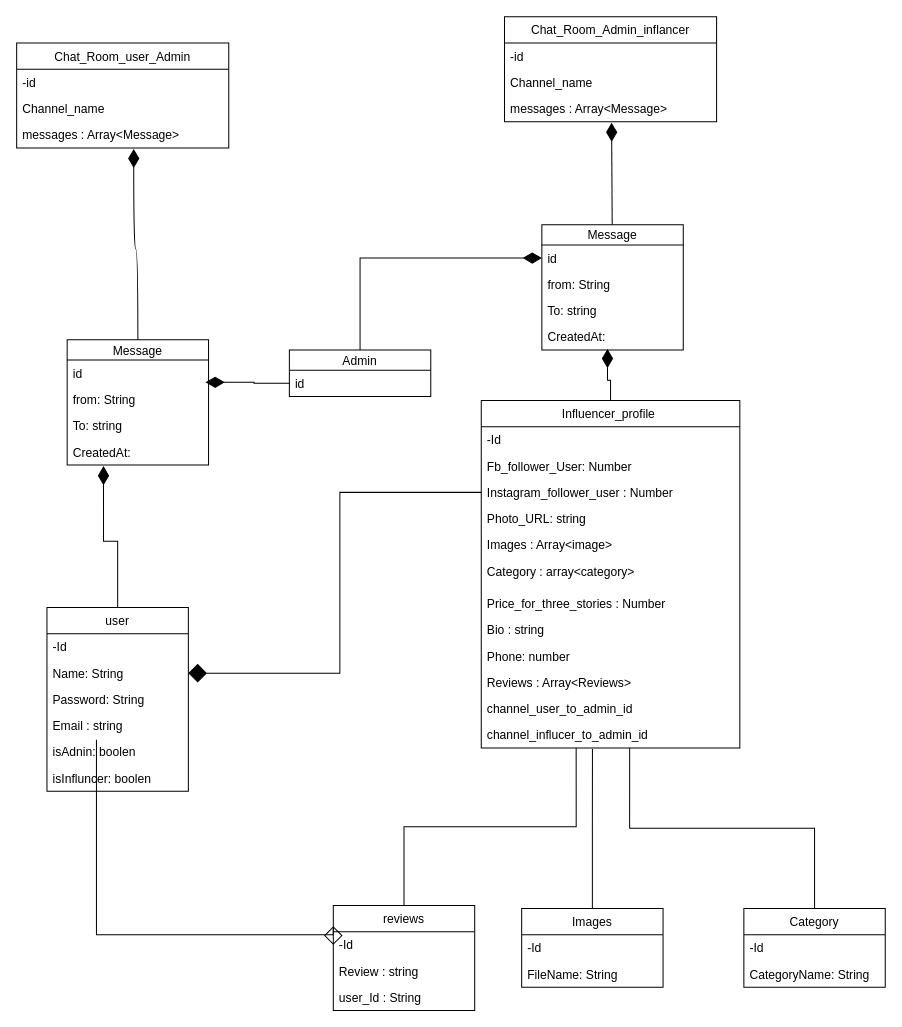
Earlier version of the draw.io diagram page "Page-1" (1 of 2) of Untitled Diagram.drawio (MohamedAhmed122/20-Validation-form). Source tidied: cells renumbered, new cells numbered last; positions are measured from the earlier drawing's top-left corner, leaving out a move shared by most shapes. Both pictures are drawn from the tidied source at 101%, with x=0, y=0 at pixel (16, 16).
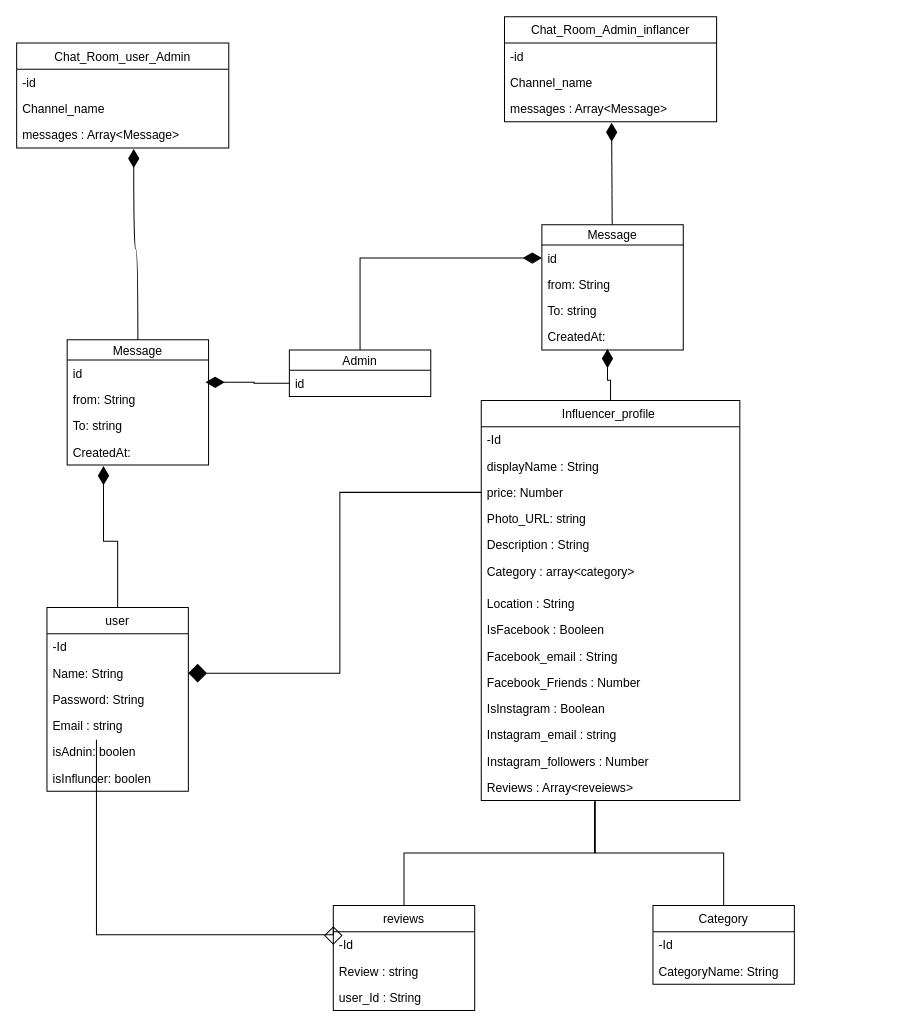
The same diagram, later.

The change refers to these unchanged cells:
```xml
<mxCell id="34" value="reviews" style="swimlane;fontStyle=0;horizontal=1;startSize=26;fillColor=none;" parent="1" vertex="1">
  <mxGeometry x="313.5" y="880" width="140" height="104" as="geometry" />
</mxCell>
```

Diff of the diagram source:
```diff
@@
     <mxCell id="11" value="Influencer_profile " style="swimlane;fontStyle=0;horizontal=1;startSize=26;fillColor=none;" parent="1" vertex="1">
-      <mxGeometry x="460" y="380" width="256" height="344" as="geometry" />
+      <mxGeometry x="460" y="380" width="256" height="396" as="geometry" />
     </mxCell>
@@
-    <mxCell id="13" value="Fb_follower_User: Number" style="text;strokeColor=none;fillColor=none;align=left;verticalAlign=top;spacingLeft=4;spacingRight=4;overflow=hidden;" parent="11" vertex="1">
+    <mxCell id="13" value="displayName : String" style="text;strokeColor=none;fillColor=none;align=left;verticalAlign=top;spacingLeft=4;spacingRight=4;overflow=hidden;" parent="11" vertex="1">
       <mxGeometry y="52" width="256" height="26" as="geometry" />
     </mxCell>
-    <mxCell id="14" value="Instagram_follower_user : Number" style="text;strokeColor=none;fillColor=none;align=left;verticalAlign=top;spacingLeft=4;spacingRight=4;overflow=hidden;points=[[0,0.5],[1,0.5]];portConstraint=eastwest;" parent="11" vertex="1">
+    <mxCell id="14" value="price: Number" style="text;strokeColor=none;fillColor=none;align=left;verticalAlign=top;spacingLeft=4;spacingRight=4;overflow=hidden;points=[[0,0.5],[1,0.5]];portConstraint=eastwest;" parent="11" vertex="1">
       <mxGeometry y="78" width="256" height="26" as="geometry" />
     </mxCell>
@@
-    <mxCell id="16" value="Images : Array&lt;image&gt;" style="text;strokeColor=none;fillColor=none;align=left;verticalAlign=top;spacingLeft=4;spacingRight=4;overflow=hidden;" parent="11" vertex="1">
+    <mxCell id="16" value="Description : String" style="text;strokeColor=none;fillColor=none;align=left;verticalAlign=top;spacingLeft=4;spacingRight=4;overflow=hidden;" parent="11" vertex="1">
       <mxGeometry y="130" width="256" height="26" as="geometry" />
     </mxCell>
@@
-    <mxCell id="18" value="Price_for_three_stories : Number" style="text;strokeColor=none;fillColor=none;align=left;verticalAlign=top;spacingLeft=4;spacingRight=4;overflow=hidden;" parent="11" vertex="1">
+    <mxCell id="18" value="Location : String" style="text;strokeColor=none;fillColor=none;align=left;verticalAlign=top;spacingLeft=4;spacingRight=4;overflow=hidden;" parent="11" vertex="1">
       <mxGeometry y="188" width="256" height="26" as="geometry" />
     </mxCell>
-    <mxCell id="19" value="Bio : string" style="text;strokeColor=none;fillColor=none;align=left;verticalAlign=top;spacingLeft=4;spacingRight=4;overflow=hidden;" parent="11" vertex="1">
+    <mxCell id="19" value="IsFacebook : Booleen " style="text;strokeColor=none;fillColor=none;align=left;verticalAlign=top;spacingLeft=4;spacingRight=4;overflow=hidden;" parent="11" vertex="1">
       <mxGeometry y="214" width="256" height="26" as="geometry" />
     </mxCell>
-    <mxCell id="20" value="Phone: number" style="text;strokeColor=none;fillColor=none;align=left;verticalAlign=top;spacingLeft=4;spacingRight=4;overflow=hidden;" parent="11" vertex="1">
+    <mxCell id="20" value="Facebook_email : String" style="text;strokeColor=none;fillColor=none;align=left;verticalAlign=top;spacingLeft=4;spacingRight=4;overflow=hidden;" parent="11" vertex="1">
       <mxGeometry y="240" width="256" height="26" as="geometry" />
     </mxCell>
-    <mxCell id="21" value="Reviews : Array&lt;Reviews&gt;" style="text;strokeColor=none;fillColor=none;align=left;verticalAlign=top;spacingLeft=4;spacingRight=4;overflow=hidden;" parent="11" vertex="1">
+    <mxCell id="21" value="Facebook_Friends : Number" style="text;strokeColor=none;fillColor=none;align=left;verticalAlign=top;spacingLeft=4;spacingRight=4;overflow=hidden;" parent="11" vertex="1">
       <mxGeometry y="266" width="256" height="26" as="geometry" />
     </mxCell>
-    <mxCell id="22" value="channel_user_to_admin_id" style="text;strokeColor=none;fillColor=none;align=left;verticalAlign=top;spacingLeft=4;spacingRight=4;overflow=hidden;" parent="11" vertex="1">
+    <mxCell id="22" value="IsInstagram : Boolean" style="text;strokeColor=none;fillColor=none;align=left;verticalAlign=top;spacingLeft=4;spacingRight=4;overflow=hidden;" parent="11" vertex="1">
       <mxGeometry y="292" width="256" height="26" as="geometry" />
     </mxCell>
-    <mxCell id="23" value="channel_influcer_to_admin_id" style="text;strokeColor=none;fillColor=none;align=left;verticalAlign=top;spacingLeft=4;spacingRight=4;overflow=hidden;points=[[0,0.5],[1,0.5]];portConstraint=eastwest;" parent="11" vertex="1">
+    <mxCell id="23" value="Instagram_email : string&#10;" style="text;strokeColor=none;fillColor=none;align=left;verticalAlign=top;spacingLeft=4;spacingRight=4;overflow=hidden;points=[[0,0.5],[1,0.5]];portConstraint=eastwest;" parent="11" vertex="1">
       <mxGeometry y="318" width="256" height="26" as="geometry" />
     </mxCell>
-    <mxCell id="24" style="edgeStyle=orthogonalEdgeStyle;rounded=0;jettySize=auto;html=1;entryX=0.43;entryY=1.038;entryDx=0;entryDy=0;entryPerimeter=0;endArrow=none;endFill=0;" parent="1" edge="1" source="25" target="23">
-      <mxGeometry relative="1" as="geometry" />
-    </mxCell>
-    <mxCell id="25" value="Images" style="swimlane;fontStyle=0;horizontal=1;startSize=26;fillColor=none;" parent="1" vertex="1">
-      <mxGeometry x="500" y="883" width="140" height="78" as="geometry" />
-    </mxCell>
-    <mxCell id="26" value="-Id" style="text;strokeColor=none;fillColor=none;align=left;verticalAlign=top;spacingLeft=4;spacingRight=4;overflow=hidden;" parent="25" vertex="1">
-      <mxGeometry y="26" width="140" height="26" as="geometry" />
-    </mxCell>
-    <mxCell id="27" value="FileName: String" style="text;strokeColor=none;fillColor=none;align=left;verticalAlign=top;spacingLeft=4;spacingRight=4;overflow=hidden;" parent="25" vertex="1">
-      <mxGeometry y="52" width="140" height="26" as="geometry" />
-    </mxCell>
-    <mxCell id="28" style="edgeStyle=orthogonalEdgeStyle;rounded=0;jettySize=auto;html=1;entryX=0.574;entryY=1;entryDx=0;entryDy=0;entryPerimeter=0;endArrow=none;endFill=0;" parent="1" edge="1" source="29" target="23">
-      <mxGeometry relative="1" as="geometry" />
-    </mxCell>
+    <mxCell id="63" value="Instagram_followers : Number" style="text;strokeColor=none;fillColor=none;align=left;verticalAlign=top;spacingLeft=4;spacingRight=4;overflow=hidden;" parent="11" vertex="1">
+      <mxGeometry y="344" width="256" height="26" as="geometry" />
+    </mxCell>
+    <mxCell id="64" value="Reviews : Array&lt;reveiews&gt;" style="text;strokeColor=none;fillColor=none;align=left;verticalAlign=top;spacingLeft=4;spacingRight=4;overflow=hidden;points=[[0,0.5],[1,0.5]];portConstraint=eastwest;" parent="11" vertex="1">
+      <mxGeometry y="370" width="256" height="26" as="geometry" />
+    </mxCell>
+    <mxCell id="65" style="edgeStyle=orthogonalEdgeStyle;rounded=0;jettySize=auto;html=1;entryX=0.441;entryY=1;entryDx=0;entryDy=0;entryPerimeter=0;endArrow=none;endFill=0;" parent="1" edge="1" source="29" target="64">
+      <mxGeometry relative="1" as="geometry" />
+    </mxCell>
     <mxCell id="29" value="Category" style="swimlane;fontStyle=0;horizontal=1;startSize=26;fillColor=none;" parent="1" vertex="1">
-      <mxGeometry x="720" y="883" width="140" height="78" as="geometry" />
+      <mxGeometry x="630" y="880" width="140" height="78" as="geometry" />
     </mxCell>
@@
-    <mxCell id="32" style="edgeStyle=orthogonalEdgeStyle;rounded=0;jettySize=auto;html=1;entryX=0.367;entryY=1;entryDx=0;entryDy=0;entryPerimeter=0;endArrow=none;endFill=0;" parent="1" edge="1" source="34" target="23">
-      <mxGeometry relative="1" as="geometry" />
-    </mxCell>
@@
+    <mxCell id="66" style="edgeStyle=orthogonalEdgeStyle;rounded=0;jettySize=auto;html=1;entryX=0.438;entryY=1.038;entryDx=0;entryDy=0;entryPerimeter=0;endArrow=none;endFill=0;" parent="1" edge="1" source="34" target="64">
+      <mxGeometry relative="1" as="geometry" />
+    </mxCell>
```
